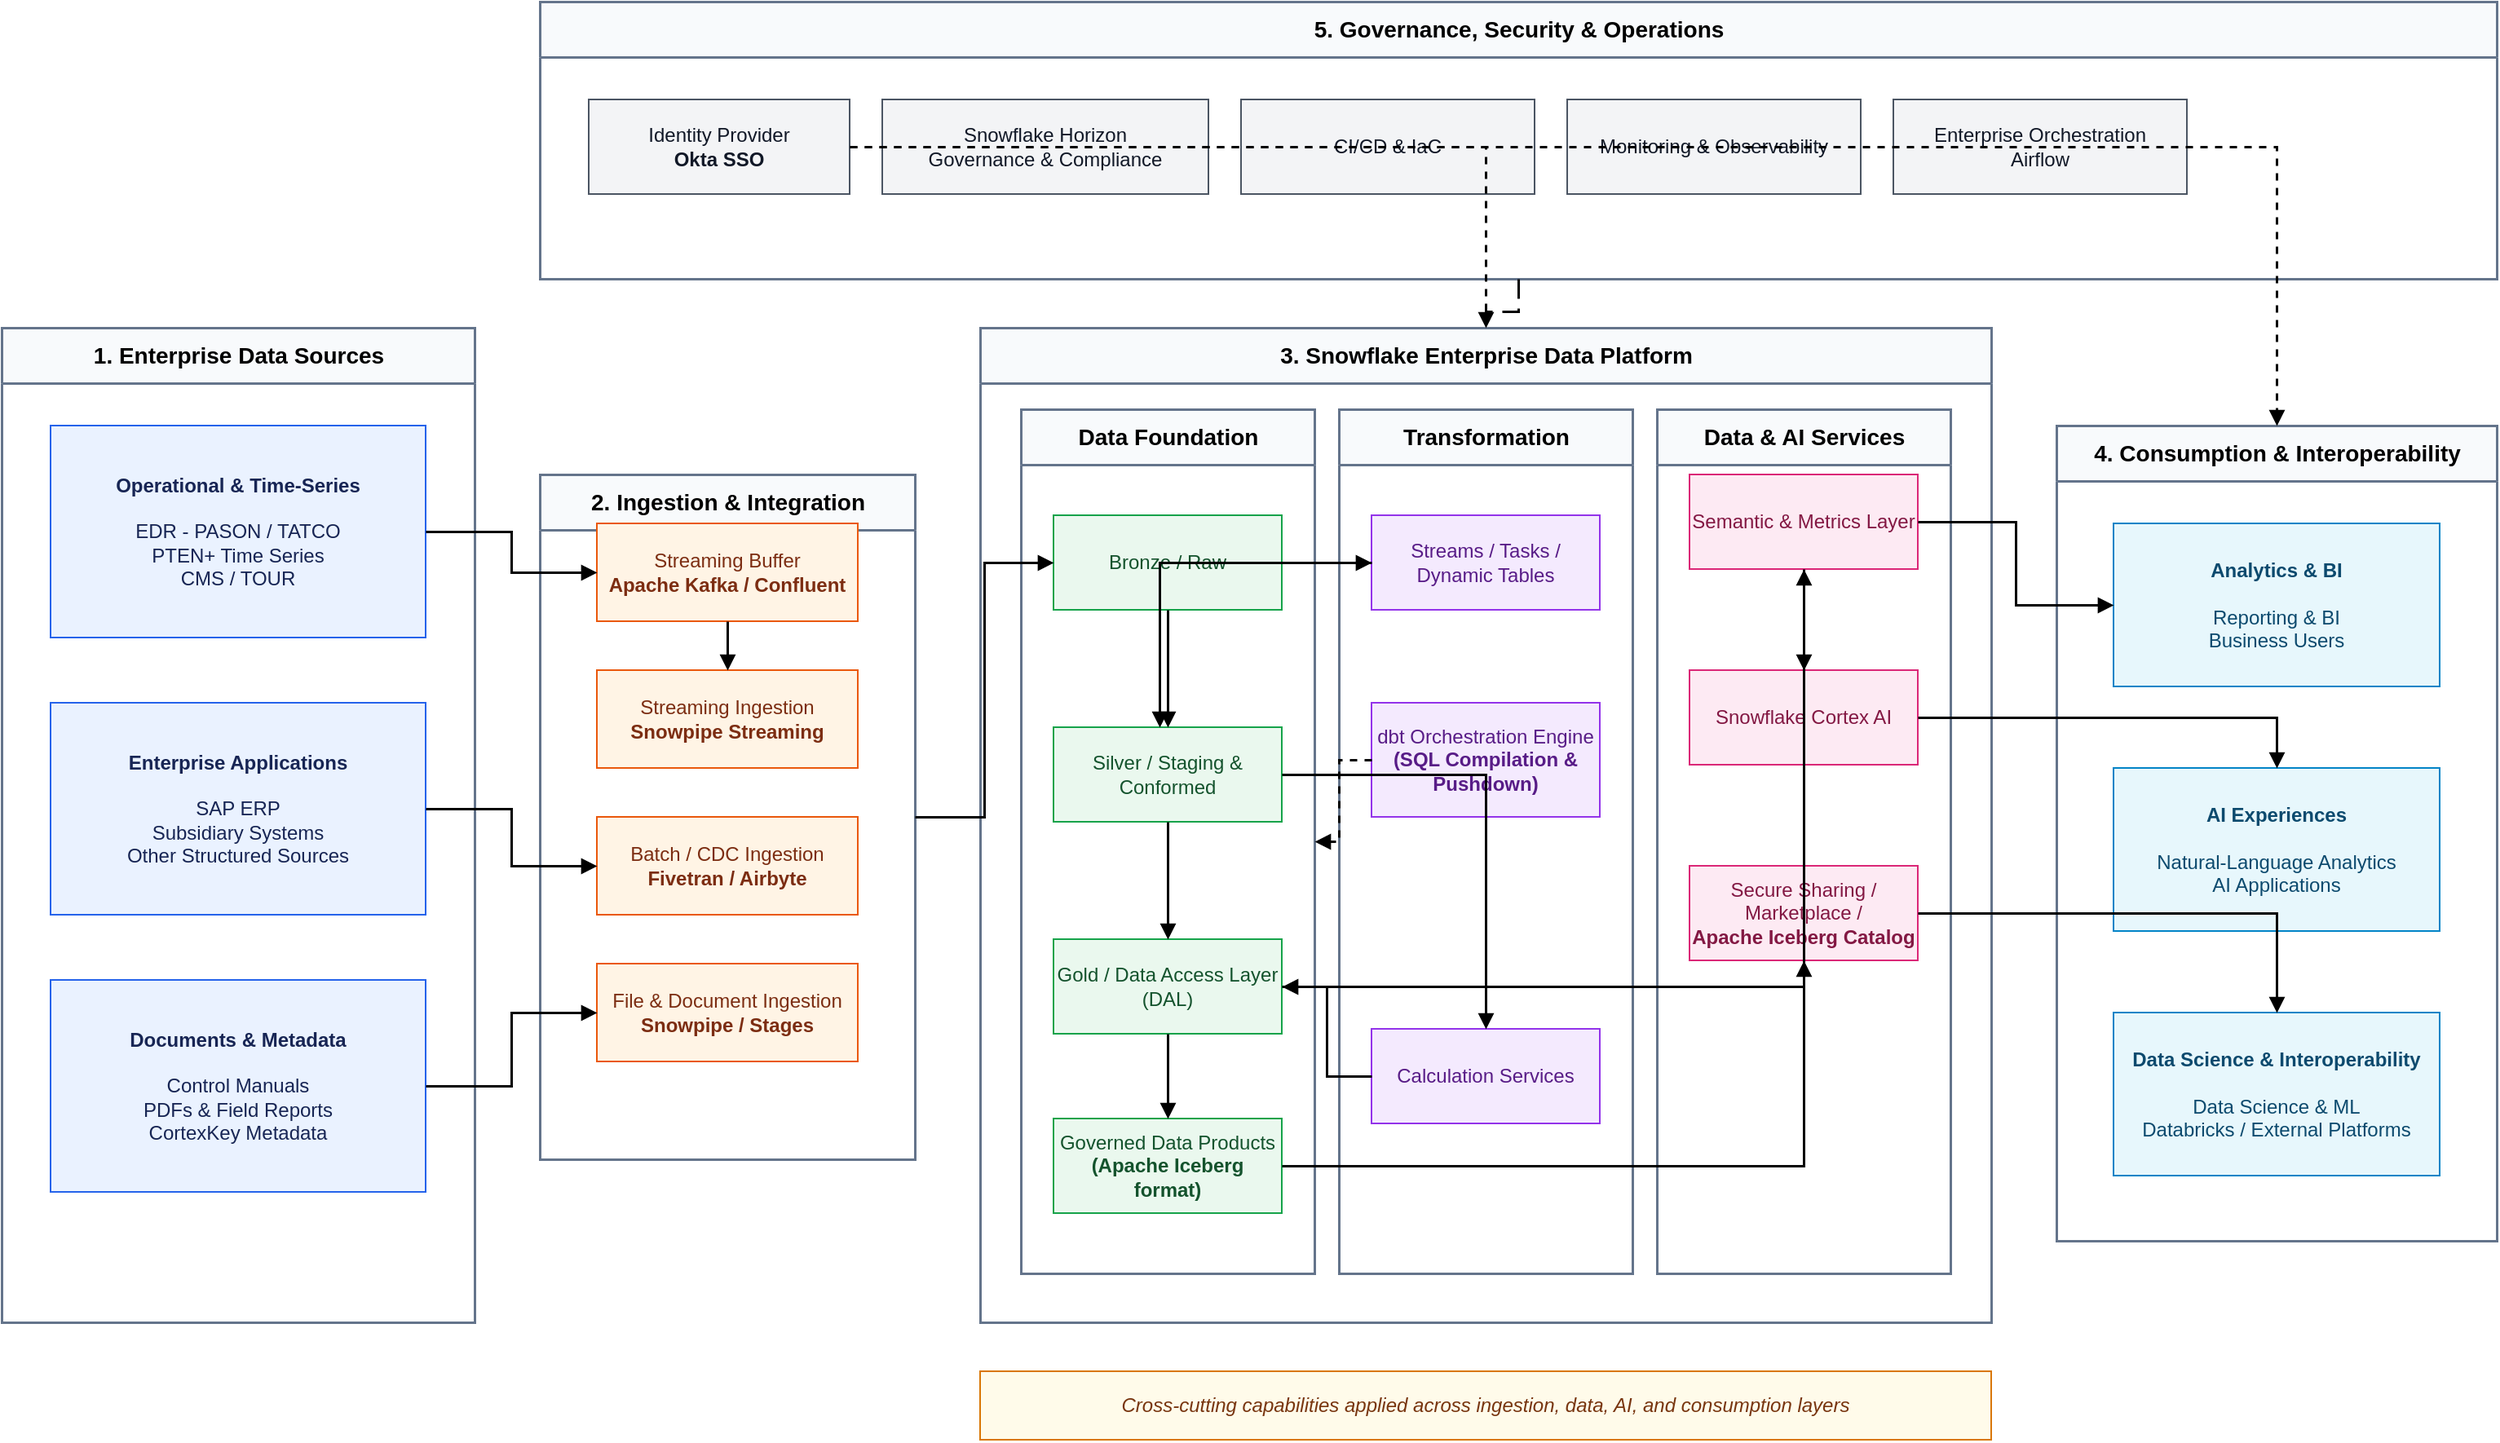
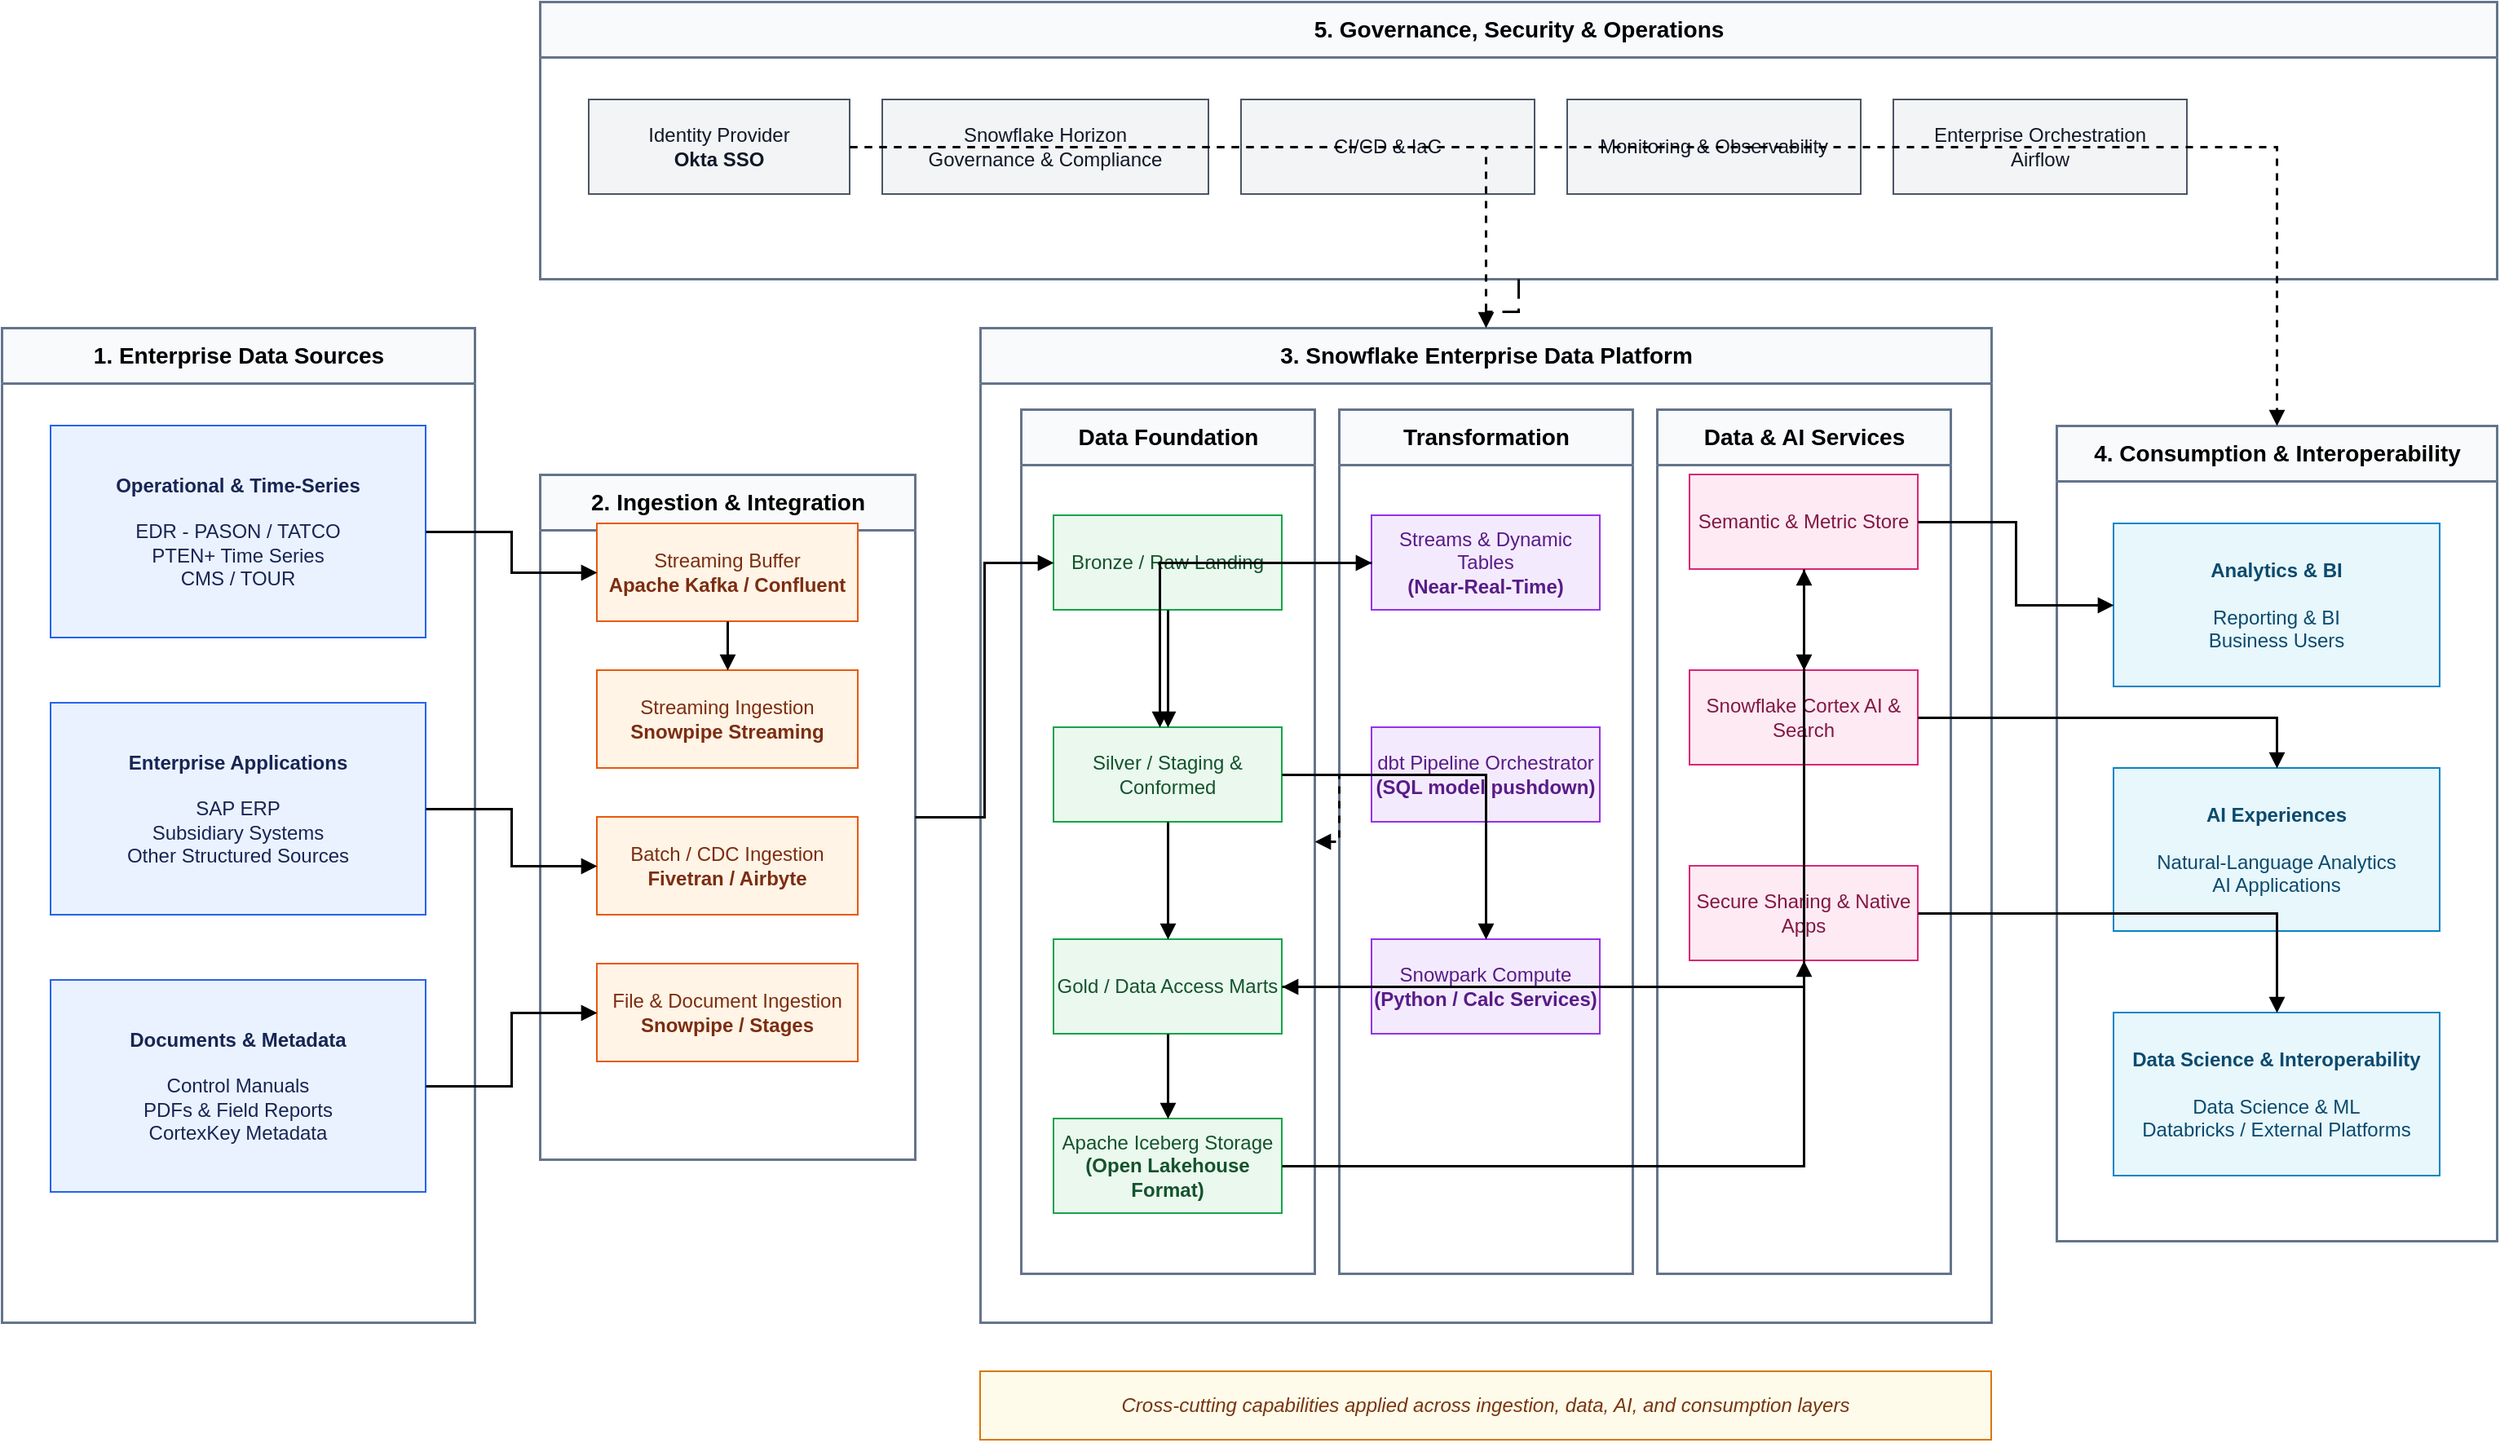
<mxfile host="app.diagrams.net" agent="ChatGPT">
  <diagram id="snowflake-clean" name="Snowflake Enterprise Architecture - Clean">
    <mxGraphModel dx="1555" dy="1516" grid="1" gridSize="10" guides="1" tooltips="1" connect="1" arrows="1" fold="1" page="1" pageScale="1" pageWidth="1800" pageHeight="1000" math="0" shadow="0">
      <root>
        <mxCell id="0" />
        <mxCell id="1" parent="0" />
        <mxCell id="sources" parent="1" style="swimlane;html=1;rounded=0;startSize=34;horizontal=1;fontStyle=1;fontSize=14;strokeWidth=1.5;fillColor=#F8FAFC;strokeColor=#64748B;collapsible=0;" value="1. Enterprise Data Sources" vertex="1">
          <mxGeometry height="610" width="290" x="20" y="260" as="geometry" />
        </mxCell>
        <mxCell id="ingestion" parent="1" style="swimlane;html=1;rounded=0;startSize=34;horizontal=1;fontStyle=1;fontSize=14;strokeWidth=1.5;fillColor=#F8FAFC;strokeColor=#64748B;collapsible=0;" value="2. Ingestion &amp; Integration" vertex="1">
          <mxGeometry height="420" width="230" x="350" y="350" as="geometry" />
        </mxCell>
        <mxCell id="platform" parent="1" style="swimlane;html=1;rounded=0;startSize=34;horizontal=1;fontStyle=1;fontSize=14;strokeWidth=1.5;fillColor=#F8FAFC;strokeColor=#64748B;collapsible=0;" value="3. Snowflake Enterprise Data Platform" vertex="1">
          <mxGeometry height="610" width="620" x="620" y="260" as="geometry" />
        </mxCell>
        <mxCell id="consumption" parent="1" style="swimlane;html=1;rounded=0;startSize=34;horizontal=1;fontStyle=1;fontSize=14;strokeWidth=1.5;fillColor=#F8FAFC;strokeColor=#64748B;collapsible=0;" value="4. Consumption &amp; Interoperability" vertex="1">
          <mxGeometry height="500" width="270" x="1280" y="320" as="geometry" />
        </mxCell>
        <mxCell id="control" parent="1" style="swimlane;html=1;rounded=0;startSize=34;horizontal=1;fontStyle=1;fontSize=14;strokeWidth=1.5;fillColor=#F8FAFC;strokeColor=#64748B;collapsible=0;" value="5. Governance, Security &amp; Operations" vertex="1">
          <mxGeometry height="170" width="1200" x="350" y="60" as="geometry" />
        </mxCell>
        <mxCell id="op_src" parent="1" style="rounded=0;whiteSpace=wrap;html=1;fillColor=#EAF2FF;strokeColor=#2563EB;fontColor=#172554;" value="&lt;b&gt;Operational &amp; Time-Series&lt;/b&gt;&lt;br&gt;&lt;br&gt;EDR - PASON / TATCO&lt;br&gt;PTEN+ Time Series&lt;br&gt;CMS / TOUR" vertex="1">
          <mxGeometry height="130" width="230" x="50" y="320" as="geometry" />
        </mxCell>
        <mxCell id="ent_src" parent="1" style="rounded=0;whiteSpace=wrap;html=1;fillColor=#EAF2FF;strokeColor=#2563EB;fontColor=#172554;" value="&lt;b&gt;Enterprise Applications&lt;/b&gt;&lt;br&gt;&lt;br&gt;SAP ERP&lt;br&gt;Subsidiary Systems&lt;br&gt;Other Structured Sources" vertex="1">
          <mxGeometry height="130" width="230" x="50" y="490" as="geometry" />
        </mxCell>
        <mxCell id="doc_src" parent="1" style="rounded=0;whiteSpace=wrap;html=1;fillColor=#EAF2FF;strokeColor=#2563EB;fontColor=#172554;" value="&lt;b&gt;Documents &amp; Metadata&lt;/b&gt;&lt;br&gt;&lt;br&gt;Control Manuals&lt;br&gt;PDFs &amp; Field Reports&lt;br&gt;CortexKey Metadata" vertex="1">
          <mxGeometry height="130" width="230" x="50" y="660" as="geometry" />
        </mxCell>
        <mxCell id="kafka" parent="1" style="rounded=0;whiteSpace=wrap;html=1;fillColor=#FFF4E5;strokeColor=#EA580C;fontColor=#7C2D12;" value="Streaming Buffer&lt;br&gt;&lt;b&gt;Apache Kafka / Confluent&lt;/b&gt;" vertex="1">
          <mxGeometry height="60" width="160" x="385" y="380" as="geometry" />
        </mxCell>
        <mxCell id="stream" parent="1" style="rounded=0;whiteSpace=wrap;html=1;fillColor=#FFF4E5;strokeColor=#EA580C;fontColor=#7C2D12;" value="Streaming Ingestion&lt;br&gt;&lt;b&gt;Snowpipe Streaming&lt;/b&gt;" vertex="1">
          <mxGeometry height="60" width="160" x="385" y="470" as="geometry" />
        </mxCell>
        <mxCell id="batch" parent="1" style="rounded=0;whiteSpace=wrap;html=1;fillColor=#FFF4E5;strokeColor=#EA580C;fontColor=#7C2D12;" value="Batch / CDC Ingestion&lt;br&gt;&lt;b&gt;Fivetran / Airbyte&lt;/b&gt;" vertex="1">
          <mxGeometry height="60" width="160" x="385" y="560" as="geometry" />
        </mxCell>
        <mxCell id="files" parent="1" style="rounded=0;whiteSpace=wrap;html=1;fillColor=#FFF4E5;strokeColor=#EA580C;fontColor=#7C2D12;" value="File &amp; Document Ingestion&lt;br&gt;&lt;b&gt;Snowpipe / Stages&lt;/b&gt;" vertex="1">
          <mxGeometry height="60" width="160" x="385" y="650" as="geometry" />
        </mxCell>
        <mxCell id="foundation" parent="1" style="swimlane;html=1;rounded=0;startSize=34;horizontal=1;fontStyle=1;fontSize=14;strokeWidth=1.5;fillColor=#F8FAFC;strokeColor=#64748B;collapsible=0;" value="Data Foundation" vertex="1">
          <mxGeometry height="530" width="180" x="645" y="310" as="geometry" />
        </mxCell>
        <mxCell id="transform" parent="1" style="swimlane;html=1;rounded=0;startSize=34;horizontal=1;fontStyle=1;fontSize=14;strokeWidth=1.5;fillColor=#F8FAFC;strokeColor=#64748B;collapsible=0;" value="Transformation" vertex="1">
          <mxGeometry height="530" width="180" x="840" y="310" as="geometry" />
        </mxCell>
        <mxCell id="serve" parent="1" style="swimlane;html=1;rounded=0;startSize=34;horizontal=1;fontStyle=1;fontSize=14;strokeWidth=1.5;fillColor=#F8FAFC;strokeColor=#64748B;collapsible=0;" value="Data &amp; AI Services" vertex="1">
          <mxGeometry height="530" width="180" x="1035" y="310" as="geometry" />
        </mxCell>
-         <mxCell id="raw" parent="1" style="rounded=0;whiteSpace=wrap;html=1;fillColor=#EAF8EE;strokeColor=#16A34A;fontColor=#14532D;" value="Bronze / Raw" vertex="1">
+         <mxCell id="raw" parent="1" style="rounded=0;whiteSpace=wrap;html=1;fillColor=#EAF8EE;strokeColor=#16A34A;fontColor=#14532D;" value="Bronze / Raw Landing" vertex="1">
          <mxGeometry height="58" width="140" x="665" y="375" as="geometry" />
        </mxCell>
        <mxCell id="standard" parent="1" style="rounded=0;whiteSpace=wrap;html=1;fillColor=#EAF8EE;strokeColor=#16A34A;fontColor=#14532D;" value="Silver / Staging &amp; Conformed" vertex="1">
          <mxGeometry height="58" width="140" x="665" y="505" as="geometry" />
        </mxCell>
-         <mxCell id="curated" parent="1" style="rounded=0;whiteSpace=wrap;html=1;fillColor=#EAF8EE;strokeColor=#16A34A;fontColor=#14532D;" value="Gold / Data Access Layer (DAL)" vertex="1">
+         <mxCell id="curated" parent="1" style="rounded=0;whiteSpace=wrap;html=1;fillColor=#EAF8EE;strokeColor=#16A34A;fontColor=#14532D;" value="Gold / Data Access Marts" vertex="1">
          <mxGeometry height="58" width="140" x="665" y="635" as="geometry" />
        </mxCell>
-         <mxCell id="products" parent="1" style="rounded=0;whiteSpace=wrap;html=1;fillColor=#EAF8EE;strokeColor=#16A34A;fontColor=#14532D;" value="Governed Data Products&lt;br&gt;&lt;b&gt;(Apache Iceberg format)&lt;/b&gt;" vertex="1">
+         <mxCell id="iceberg" parent="1" style="rounded=0;whiteSpace=wrap;html=1;fillColor=#EAF8EE;strokeColor=#16A34A;fontColor=#14532D;" value="Apache Iceberg Storage&lt;br&gt;&lt;b&gt;(Open Lakehouse Format)&lt;/b&gt;" vertex="1">
          <mxGeometry height="58" width="140" x="665" y="745" as="geometry" />
        </mxCell>
-         <mxCell id="native" parent="1" style="rounded=0;whiteSpace=wrap;html=1;fillColor=#F4EAFE;strokeColor=#9333EA;fontColor=#581C87;" value="Streams / Tasks /&lt;br&gt;Dynamic Tables" vertex="1">
+         <mxCell id="native" parent="1" style="rounded=0;whiteSpace=wrap;html=1;fillColor=#F4EAFE;strokeColor=#9333EA;fontColor=#581C87;" value="Streams &amp; Dynamic Tables&lt;br&gt;&lt;b&gt;(Near-Real-Time)&lt;/b&gt;" vertex="1">
          <mxGeometry height="58" width="140" x="860" y="375" as="geometry" />
        </mxCell>
-         <mxCell id="dbt" parent="1" style="rounded=0;whiteSpace=wrap;html=1;fillColor=#F4EAFE;strokeColor=#9333EA;fontColor=#581C87;" value="dbt Orchestration Engine&lt;br&gt;&lt;b&gt;(SQL Compilation &amp; Pushdown)&lt;/b&gt;" vertex="1">
-           <mxGeometry height="70" width="140" x="860" y="490" as="geometry" />
+         <mxCell id="dbt" parent="1" style="rounded=0;whiteSpace=wrap;html=1;fillColor=#F4EAFE;strokeColor=#9333EA;fontColor=#581C87;" value="dbt Pipeline Orchestrator&lt;br&gt;&lt;b&gt;(SQL model pushdown)&lt;/b&gt;" vertex="1">
+           <mxGeometry height="58" width="140" x="860" y="505" as="geometry" />
        </mxCell>
-         <mxCell id="calc" parent="1" style="rounded=0;whiteSpace=wrap;html=1;fillColor=#F4EAFE;strokeColor=#9333EA;fontColor=#581C87;" value="Calculation Services" vertex="1">
-           <mxGeometry height="58" width="140" x="860" y="690" as="geometry" />
+         <mxCell id="snowpark" parent="1" style="rounded=0;whiteSpace=wrap;html=1;fillColor=#F4EAFE;strokeColor=#9333EA;fontColor=#581C87;" value="Snowpark Compute&lt;br&gt;&lt;b&gt;(Python / Calc Services)&lt;/b&gt;" vertex="1">
+           <mxGeometry height="58" width="140" x="860" y="635" as="geometry" />
        </mxCell>
-         <mxCell id="semantic" parent="1" style="rounded=0;whiteSpace=wrap;html=1;fillColor=#FDEAF3;strokeColor=#DB2777;fontColor=#831843;" value="Semantic &amp; Metrics Layer" vertex="1">
+         <mxCell id="semantic" parent="1" style="rounded=0;whiteSpace=wrap;html=1;fillColor=#FDEAF3;strokeColor=#DB2777;fontColor=#831843;" value="Semantic &amp; Metric Store" vertex="1">
          <mxGeometry height="58" width="140" x="1055" y="350" as="geometry" />
        </mxCell>
-         <mxCell id="cortex" parent="1" style="rounded=0;whiteSpace=wrap;html=1;fillColor=#FDEAF3;strokeColor=#DB2777;fontColor=#831843;" value="Snowflake Cortex AI" vertex="1">
+         <mxCell id="cortex" parent="1" style="rounded=0;whiteSpace=wrap;html=1;fillColor=#FDEAF3;strokeColor=#DB2777;fontColor=#831843;" value="Snowflake Cortex AI &amp; Search" vertex="1">
          <mxGeometry height="58" width="140" x="1055" y="470" as="geometry" />
        </mxCell>
-         <mxCell id="sharing" parent="1" style="rounded=0;whiteSpace=wrap;html=1;fillColor=#FDEAF3;strokeColor=#DB2777;fontColor=#831843;" value="Secure Sharing /&lt;br&gt;Marketplace /&lt;br&gt;&lt;b&gt;Apache Iceberg Catalog&lt;/b&gt;" vertex="1">
+         <mxCell id="sharing" parent="1" style="rounded=0;whiteSpace=wrap;html=1;fillColor=#FDEAF3;strokeColor=#DB2777;fontColor=#831843;" value="Secure Sharing &amp; Native Apps" vertex="1">
          <mxGeometry height="58" width="140" x="1055" y="590" as="geometry" />
        </mxCell>
        <mxCell id="analytics" parent="1" style="rounded=0;whiteSpace=wrap;html=1;fillColor=#E7F7FC;strokeColor=#0284C7;fontColor=#0C4A6E;" value="&lt;b&gt;Analytics &amp; BI&lt;/b&gt;&lt;br&gt;&lt;br&gt;Reporting &amp; BI&lt;br&gt;Business Users" vertex="1">
          <mxGeometry height="100" width="200" x="1315" y="380" as="geometry" />
        </mxCell>
        <mxCell id="ai_consume" parent="1" style="rounded=0;whiteSpace=wrap;html=1;fillColor=#E7F7FC;strokeColor=#0284C7;fontColor=#0C4A6E;" value="&lt;b&gt;AI Experiences&lt;/b&gt;&lt;br&gt;&lt;br&gt;Natural-Language Analytics&lt;br&gt;AI Applications" vertex="1">
          <mxGeometry height="100" width="200" x="1315" y="530" as="geometry" />
        </mxCell>
        <mxCell id="interop" parent="1" style="rounded=0;whiteSpace=wrap;html=1;fillColor=#E7F7FC;strokeColor=#0284C7;fontColor=#0C4A6E;" value="&lt;b&gt;Data Science &amp; Interoperability&lt;/b&gt;&lt;br&gt;&lt;br&gt;Data Science &amp; ML&lt;br&gt;Databricks / External Platforms" vertex="1">
          <mxGeometry height="100" width="200" x="1315" y="680" as="geometry" />
        </mxCell>
        <mxCell id="okta" parent="1" style="rounded=0;whiteSpace=wrap;html=1;fillColor=#F3F4F6;strokeColor=#4B5563;fontColor=#111827;" value="Identity Provider&lt;br&gt;&lt;b&gt;Okta SSO&lt;/b&gt;" vertex="1">
          <mxGeometry height="58" width="160" x="380" y="120" as="geometry" />
        </mxCell>
        <mxCell id="horizon" parent="1" style="rounded=0;whiteSpace=wrap;html=1;fillColor=#F3F4F6;strokeColor=#4B5563;fontColor=#111827;" value="Snowflake Horizon&lt;br&gt;Governance &amp; Compliance" vertex="1">
          <mxGeometry height="58" width="200" x="560" y="120" as="geometry" />
        </mxCell>
        <mxCell id="cicd" parent="1" style="rounded=0;whiteSpace=wrap;html=1;fillColor=#F3F4F6;strokeColor=#4B5563;fontColor=#111827;" value="CI/CD &amp; IaC" vertex="1">
          <mxGeometry height="58" width="180" x="780" y="120" as="geometry" />
        </mxCell>
        <mxCell id="obs" parent="1" style="rounded=0;whiteSpace=wrap;html=1;fillColor=#F3F4F6;strokeColor=#4B5563;fontColor=#111827;" value="Monitoring &amp; Observability" vertex="1">
          <mxGeometry height="58" width="180" x="980" y="120" as="geometry" />
        </mxCell>
        <mxCell id="orch" parent="1" style="rounded=0;whiteSpace=wrap;html=1;fillColor=#F3F4F6;strokeColor=#4B5563;fontColor=#111827;" value="Enterprise Orchestration&lt;br&gt;Airflow" vertex="1">
          <mxGeometry height="58" width="180" x="1180" y="120" as="geometry" />
        </mxCell>
        <mxCell id="crosscut" parent="1" style="rounded=0;whiteSpace=wrap;html=1;fillColor=#FFFBEA;strokeColor=#D97706;fontColor=#78350F;fontStyle=2;" value="Cross-cutting capabilities applied across ingestion, data, AI, and consumption layers" vertex="1">
          <mxGeometry height="42" width="620" x="620" y="900" as="geometry" />
        </mxCell>
        <mxCell id="e1" edge="1" parent="1" source="op_src" style="edgeStyle=orthogonalEdgeStyle;rounded=0;orthogonalLoop=1;jettySize=auto;html=1;strokeWidth=1.5;endArrow=block;endFill=1;" target="kafka">
          <mxGeometry relative="1" as="geometry" />
        </mxCell>
        <mxCell id="e1_kafka_to_stream" edge="1" parent="1" source="kafka" style="edgeStyle=orthogonalEdgeStyle;rounded=0;orthogonalLoop=1;jettySize=auto;html=1;strokeWidth=1.5;endArrow=block;endFill=1;" target="stream">
          <mxGeometry relative="1" as="geometry" />
        </mxCell>
        <mxCell id="e2" edge="1" parent="1" source="ent_src" style="edgeStyle=orthogonalEdgeStyle;rounded=0;orthogonalLoop=1;jettySize=auto;html=1;strokeWidth=1.5;endArrow=block;endFill=1;" target="batch">
          <mxGeometry relative="1" as="geometry" />
        </mxCell>
        <mxCell id="e3" edge="1" parent="1" source="doc_src" style="edgeStyle=orthogonalEdgeStyle;rounded=0;orthogonalLoop=1;jettySize=auto;html=1;strokeWidth=1.5;endArrow=block;endFill=1;" target="files">
          <mxGeometry relative="1" as="geometry" />
        </mxCell>
        <mxCell id="e4" edge="1" parent="1" source="ingestion" style="edgeStyle=orthogonalEdgeStyle;rounded=0;orthogonalLoop=1;jettySize=auto;html=1;strokeWidth=1.5;endArrow=block;endFill=1;exitX=1;exitY=0.5;exitDx=0;exitDy=0;entryX=0;entryY=0.5;entryDx=0;entryDy=0;" target="raw">
          <mxGeometry relative="1" as="geometry" />
        </mxCell>
        <mxCell id="e7" edge="1" parent="1" source="raw" style="edgeStyle=orthogonalEdgeStyle;rounded=0;orthogonalLoop=1;jettySize=auto;html=1;strokeWidth=1.5;endArrow=block;endFill=1;" target="native">
          <mxGeometry relative="1" as="geometry" />
        </mxCell>
        <mxCell id="e8" edge="1" parent="1" source="native" style="edgeStyle=orthogonalEdgeStyle;rounded=0;orthogonalLoop=1;jettySize=auto;html=1;strokeWidth=1.5;endArrow=block;endFill=1;" target="standard">
          <mxGeometry relative="1" as="geometry">
            <Array as="points">
              <mxPoint x="730" y="404" />
            </Array>
          </mxGeometry>
        </mxCell>
        <mxCell id="e9" edge="1" parent="1" source="raw" style="edgeStyle=orthogonalEdgeStyle;rounded=0;orthogonalLoop=1;jettySize=auto;html=1;strokeWidth=1.5;endArrow=block;endFill=1;" target="standard">
          <mxGeometry relative="1" as="geometry" />
        </mxCell>
        <mxCell id="e10" edge="1" parent="1" source="standard" style="edgeStyle=orthogonalEdgeStyle;rounded=0;orthogonalLoop=1;jettySize=auto;html=1;strokeWidth=1.5;endArrow=block;endFill=1;" target="curated">
          <mxGeometry relative="1" as="geometry" />
        </mxCell>
-         <mxCell id="e11" edge="1" parent="1" source="standard" style="edgeStyle=orthogonalEdgeStyle;rounded=0;orthogonalLoop=1;jettySize=auto;html=1;strokeWidth=1.5;endArrow=block;endFill=1;" target="calc">
+         <mxCell id="e11" edge="1" parent="1" source="standard" style="edgeStyle=orthogonalEdgeStyle;rounded=0;orthogonalLoop=1;jettySize=auto;html=1;strokeWidth=1.5;endArrow=block;endFill=1;" target="snowpark">
          <mxGeometry relative="1" as="geometry" />
        </mxCell>
-         <mxCell id="e12" edge="1" parent="1" source="calc" style="edgeStyle=orthogonalEdgeStyle;rounded=0;orthogonalLoop=1;jettySize=auto;html=1;strokeWidth=1.5;endArrow=block;endFill=1;" target="curated">
+         <mxCell id="e12" edge="1" parent="1" source="snowpark" style="edgeStyle=orthogonalEdgeStyle;rounded=0;orthogonalLoop=1;jettySize=auto;html=1;strokeWidth=1.5;endArrow=block;endFill=1;" target="curated">
          <mxGeometry relative="1" as="geometry" />
        </mxCell>
-         <mxCell id="e13" edge="1" parent="1" source="curated" style="edgeStyle=orthogonalEdgeStyle;rounded=0;orthogonalLoop=1;jettySize=auto;html=1;strokeWidth=1.5;endArrow=block;endFill=1;" target="products">
+         <mxCell id="e13" edge="1" parent="1" source="curated" style="edgeStyle=orthogonalEdgeStyle;rounded=0;orthogonalLoop=1;jettySize=auto;html=1;strokeWidth=1.5;endArrow=block;endFill=1;" target="iceberg">
          <mxGeometry relative="1" as="geometry" />
        </mxCell>
        <mxCell id="e14" edge="1" parent="1" source="curated" style="edgeStyle=orthogonalEdgeStyle;rounded=0;orthogonalLoop=1;jettySize=auto;html=1;strokeWidth=1.5;endArrow=block;endFill=1;" target="semantic">
          <mxGeometry relative="1" as="geometry" />
        </mxCell>
-         <mxCell id="e15" edge="1" parent="1" source="products" style="edgeStyle=orthogonalEdgeStyle;rounded=0;orthogonalLoop=1;jettySize=auto;html=1;strokeWidth=1.5;endArrow=block;endFill=1;" target="sharing">
+         <mxCell id="e15" edge="1" parent="1" source="iceberg" style="edgeStyle=orthogonalEdgeStyle;rounded=0;orthogonalLoop=1;jettySize=auto;html=1;strokeWidth=1.5;endArrow=block;endFill=1;" target="sharing">
          <mxGeometry relative="1" as="geometry" />
        </mxCell>
        <mxCell id="e16" edge="1" parent="1" source="semantic" style="edgeStyle=orthogonalEdgeStyle;rounded=0;orthogonalLoop=1;jettySize=auto;html=1;strokeWidth=1.5;endArrow=block;endFill=1;" target="cortex">
          <mxGeometry relative="1" as="geometry" />
        </mxCell>
        <mxCell id="e17" edge="1" parent="1" source="semantic" style="edgeStyle=orthogonalEdgeStyle;rounded=0;orthogonalLoop=1;jettySize=auto;html=1;strokeWidth=1.5;endArrow=block;endFill=1;" target="analytics">
          <mxGeometry relative="1" as="geometry" />
        </mxCell>
        <mxCell id="e18" edge="1" parent="1" source="cortex" style="edgeStyle=orthogonalEdgeStyle;rounded=0;orthogonalLoop=1;jettySize=auto;html=1;strokeWidth=1.5;endArrow=block;endFill=1;" target="ai_consume">
          <mxGeometry relative="1" as="geometry" />
        </mxCell>
        <mxCell id="e19" edge="1" parent="1" source="sharing" style="edgeStyle=orthogonalEdgeStyle;rounded=0;orthogonalLoop=1;jettySize=auto;html=1;strokeWidth=1.5;endArrow=block;endFill=1;" target="interop">
          <mxGeometry relative="1" as="geometry" />
        </mxCell>
        <mxCell id="e20" edge="1" parent="1" source="control" style="edgeStyle=orthogonalEdgeStyle;rounded=0;orthogonalLoop=1;jettySize=auto;html=1;strokeWidth=1.5;endArrow=none;endFill=1;dashed=1;dashPattern=8 4;" target="platform">
          <mxGeometry relative="1" as="geometry" />
        </mxCell>
        <mxCell id="e_okta_platform" edge="1" parent="1" source="okta" style="edgeStyle=orthogonalEdgeStyle;rounded=0;orthogonalLoop=1;jettySize=auto;html=1;strokeWidth=1.5;endArrow=block;endFill=1;dashed=1;" target="platform">
          <mxGeometry relative="1" as="geometry" />
        </mxCell>
        <mxCell id="e_okta_consume" edge="1" parent="1" source="okta" style="edgeStyle=orthogonalEdgeStyle;rounded=0;orthogonalLoop=1;jettySize=auto;html=1;strokeWidth=1.5;endArrow=block;endFill=1;dashed=1;" target="consumption">
          <mxGeometry relative="1" as="geometry" />
        </mxCell>
        <mxCell id="e_dbt_pushdown" edge="1" parent="1" source="dbt" style="edgeStyle=orthogonalEdgeStyle;rounded=0;orthogonalLoop=1;jettySize=auto;html=1;strokeWidth=1.5;endArrow=block;endFill=1;dashed=1;" target="foundation">
          <mxGeometry relative="1" as="geometry" />
        </mxCell>
      </root>
    </mxGraphModel>
  </diagram>
</mxfile>